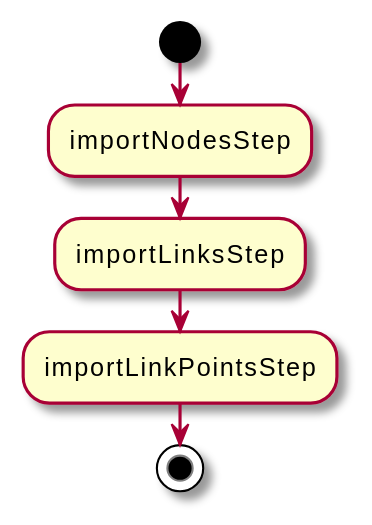
Above: images/import_jore_job.svg in HSLdevcom/jore4-jore3-importer (PlantUML), before the change.
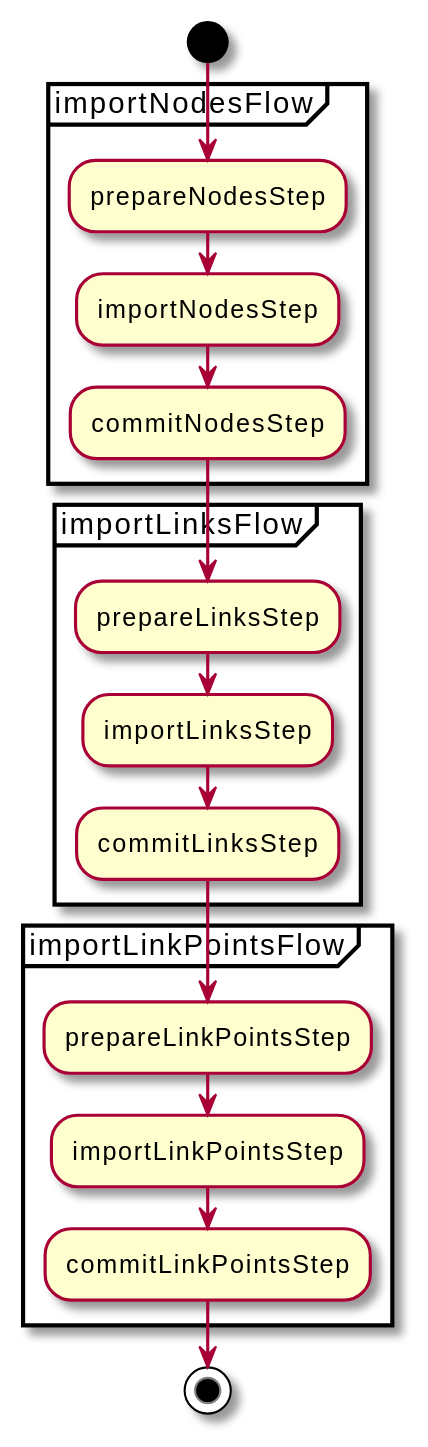
Above is the later version.

Diff of the diagram source:
```diff
@@ -2,9 +2,23 @@
 
 start
 
-:importNodesStep;
-:importLinksStep;
-:importLinkPointsStep;
+partition importNodesFlow {
+    :prepareNodesStep;
+    :importNodesStep;
+    :commitNodesStep;
+}
+
+partition importLinksFlow {
+    :prepareLinksStep;
+    :importLinksStep;
+    :commitLinksStep;
+}
+
+partition importLinkPointsFlow {
+    :prepareLinkPointsStep;
+    :importLinkPointsStep;
+    :commitLinkPointsStep;
+}
 
 stop
 
```
